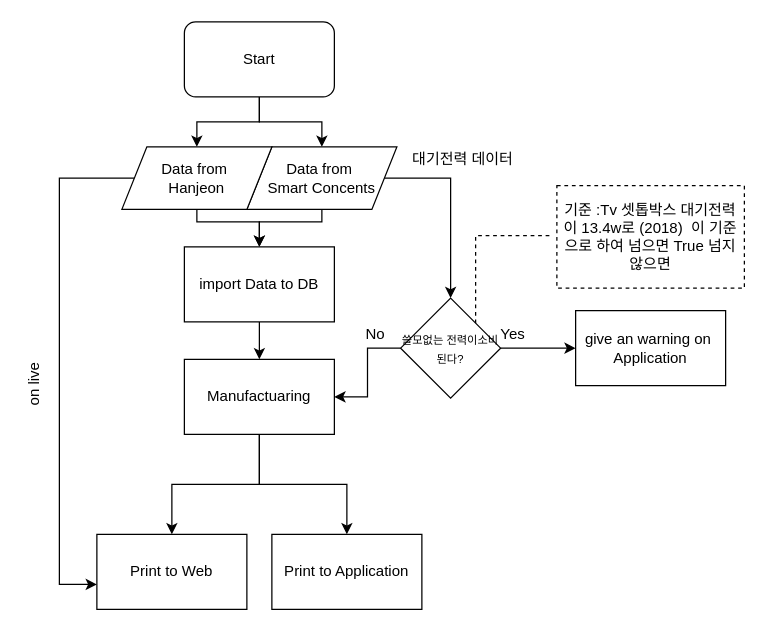
The draw.io diagram page "Page-1" (1 of 2) of Untitled Diagram.drawio in lot8229/Kdn-Algorithm, before the edit. Source tidied: cells renumbered, new cells numbered last; positions are measured from the earlier drawing's top-left corner, leaving out a move shared by most shapes. Both pictures are drawn from the tidied source at 125%, with x=0, y=0 at pixel (-29, 21).
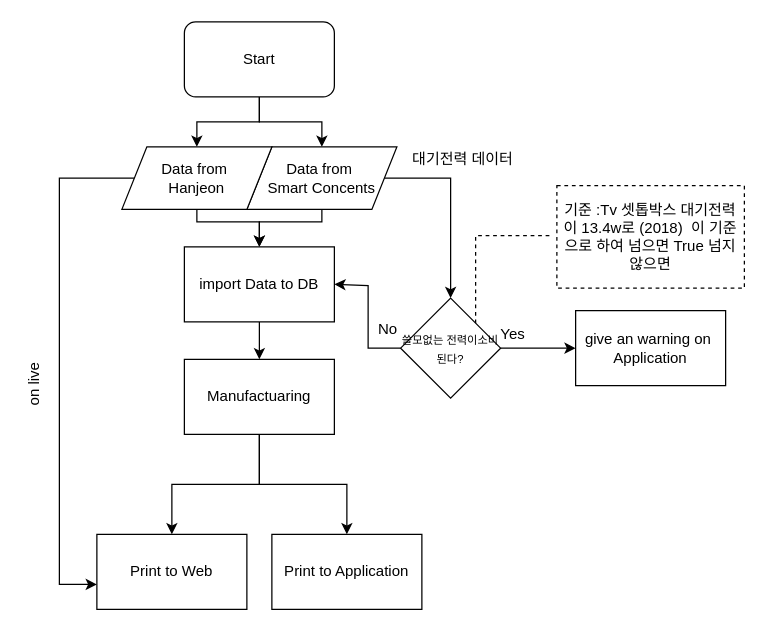
After the change.

The change refers to these unchanged cells:
```xml
<mxCell id="14" value="import Data to DB" style="rounded=0;whiteSpace=wrap;html=1;" parent="1" vertex="1">
  <mxGeometry x="170" y="180" width="120" height="60" as="geometry" />
</mxCell>
<mxCell id="17" value="Manufactuaring" style="rounded=0;whiteSpace=wrap;html=1;" parent="1" vertex="1">
  <mxGeometry x="170" y="270" width="120" height="60" as="geometry" />
</mxCell>
<mxCell id="23" value="&lt;font style=&quot;font-size: 9px&quot;&gt;쓸모없는 전력이소비된다?&lt;/font&gt;" style="rhombus;whiteSpace=wrap;html=1;" parent="1" vertex="1">
  <mxGeometry x="343" y="221" width="80" height="80" as="geometry" />
</mxCell>
```

The edit, as a diff of the source:
```diff
@@
-    <mxCell id="22" style="edgeStyle=orthogonalEdgeStyle;rounded=0;jettySize=auto;html=1;entryX=1;entryY=0.5;entryDx=0;entryDy=0;endArrow=classic;endFill=1;" parent="1" edge="1" source="23" target="17">
-      <mxGeometry relative="1" as="geometry" />
+    <mxCell id="22" style="edgeStyle=orthogonalEdgeStyle;rounded=0;jettySize=auto;html=1;entryX=1;entryY=0.5;entryDx=0;entryDy=0;endArrow=classic;endFill=1;" parent="1" edge="1" source="23" target="14">
+      <mxGeometry relative="1" as="geometry">
+        <Array as="points">
+          <mxPoint x="317" y="261" />
+          <mxPoint x="317" y="211" />
+        </Array>
+      </mxGeometry>
     </mxCell>
@@
     <mxCell id="25" value="No" style="text;html=1;strokeColor=none;fillColor=none;align=center;verticalAlign=middle;whiteSpace=wrap;rounded=0;" parent="1" vertex="1">
-      <mxGeometry x="303" y="240" width="40" height="20" as="geometry" />
+      <mxGeometry x="313" y="236" width="40" height="20" as="geometry" />
     </mxCell>
```
